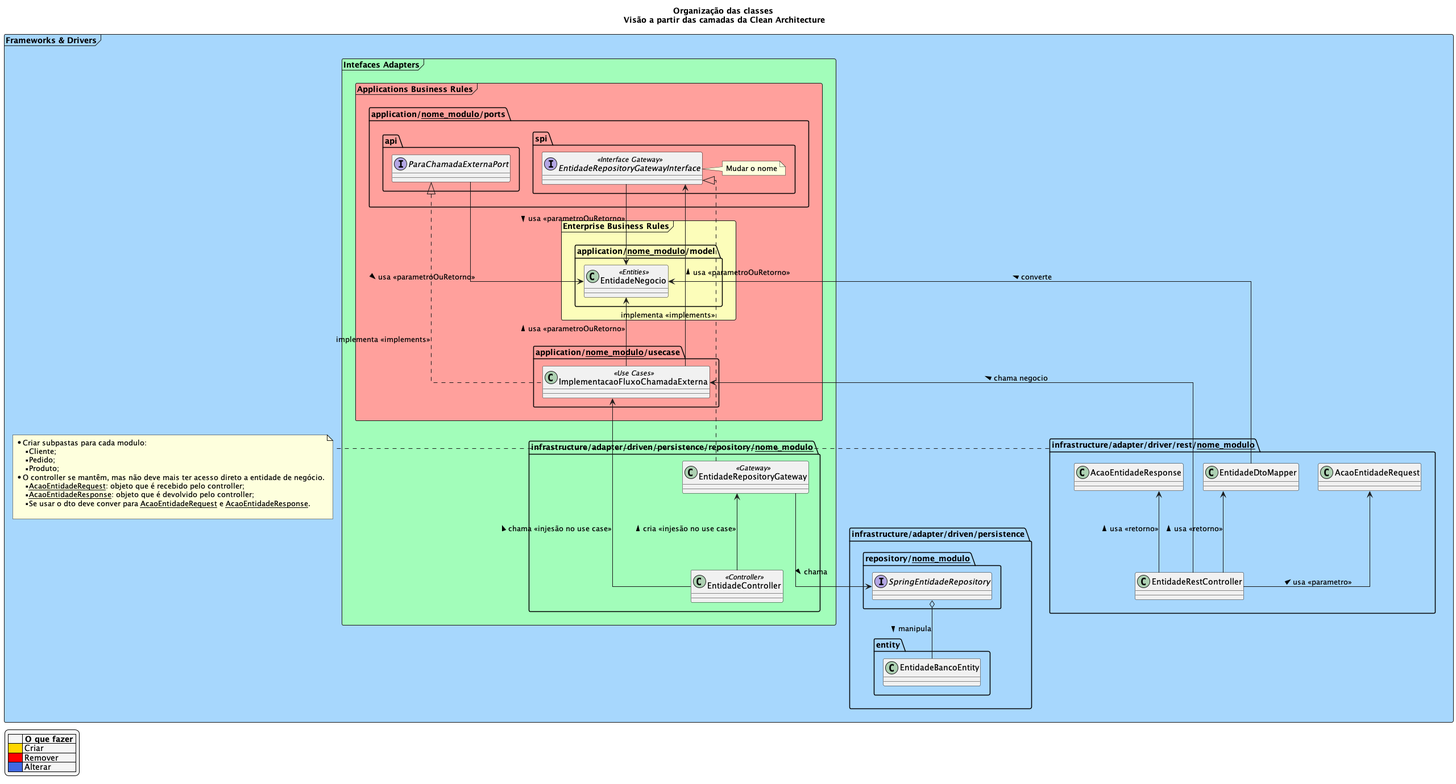
4SOAT-G48/TechChallengeDocs keeps this PlantUML diagram as imgs/Diagrams/Architecture/ApplicationArchitectureAfterCleanArchitecture.png. Above is the earlier version.
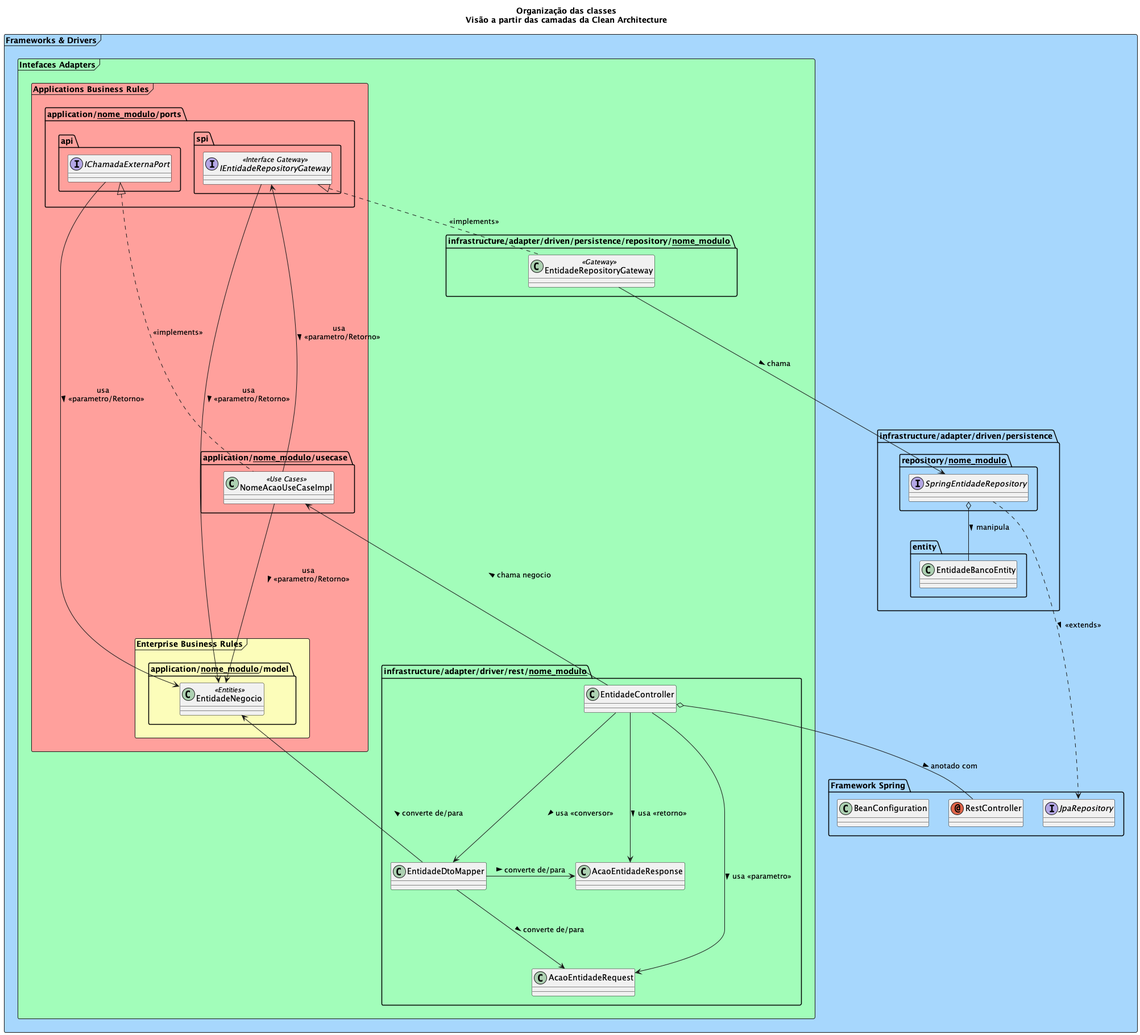
The same file after the commit.

Commit message:
Diagramas clean architecture

What changed in the source:
```diff
@@ -1,14 +1,20 @@
 @startuml ApplicationArchitectureAfterCleanArchitecture
 
-skinparam linetype ortho
 
 title
-    Organização das classes
-    Visão a partir das camadas da Clean Architecture
+Organização das classes
+Visão a partir das camadas da Clean Architecture
 end title
 
 frame "Frameworks & Drivers" #A7D7FD {
 
+    package "Framework Spring" {
+
+        annotation RestController
+        interface JpaRepository
+
+        class BeanConfiguration
+    }
 
     package "infrastructure/adapter/driven/persistence" {
         package "entity" {
@@ -20,12 +26,15 @@
             interface SpringEntidadeRepository
         }
         SpringEntidadeRepository o-- EntidadeBancoEntity : manipula >
+        JpaRepository <.up.. SpringEntidadeRepository : <<extends>> <
     }
+
+
 
     frame "Intefaces Adapters" #A2FDBA {
 
         frame "Applications Business Rules" #FFA09C {
-            frame "Enterprise Business Rules" #FCFDBA {
+            frame "Enterprise Business Rules" as ebrPkg #FCFDBA {
 
                 package "application/__nome_modulo__/model" as modelPkg {
 
@@ -36,31 +45,31 @@
             }
 
             package "application/__nome_modulo__/usecase" as usecasePkg{
-                class ImplementacaoFluxoChamadaExterna <<Use Cases>>
+                class NomeAcaoUseCaseImpl <<Use Cases>>
 
-                ImplementacaoFluxoChamadaExterna  -up--> EntidadeNegocio : usa <<parametroOuRetorno>> >
+                NomeAcaoUseCaseImpl  ---> EntidadeNegocio : usa\n<<parametro/Retorno>> >
 
             }
 
-            package "application/__nome_modulo__/ports" {
-                package "api" {
-                    interface ParaChamadaExternaPort
+            package "application/__nome_modulo__/ports" as portPkg {
+                package "api" as apiPkg{
+                    interface IChamadaExternaPort
                 }
 
-                ParaChamadaExternaPort  --> EntidadeNegocio : usa <<parametroOuRetorno>> >
-                ParaChamadaExternaPort <|... ImplementacaoFluxoChamadaExterna : implementa <<implements>>
+                IChamadaExternaPort  ---> EntidadeNegocio : usa\n<<parametro/Retorno>> >
+                IChamadaExternaPort <|..... NomeAcaoUseCaseImpl : <<implements>>
 
-                package "spi" {
-                    interface EntidadeRepositoryGatewayInterface <<Interface Gateway>>
+                package "spi" as spiPkg {
+                    interface IEntidadeRepositoryGateway <<Interface Gateway>>
 
-                    EntidadeRepositoryGatewayInterface  --> EntidadeNegocio : usa <<parametroOuRetorno>> >
-                    ImplementacaoFluxoChamadaExterna  -up--> EntidadeRepositoryGatewayInterface : usa <<parametroOuRetorno>> >
+                    IEntidadeRepositoryGateway  --> EntidadeNegocio : usa\n<<parametro/Retorno>> >
+                    NomeAcaoUseCaseImpl  -up--> IEntidadeRepositoryGateway : usa\n<<parametro/Retorno>> >
 
-                    note right of EntidadeRepositoryGatewayInterface
-                        Mudar o nome
-                    end note
                 }
+
+
             }
+
 
         }
 
@@ -68,50 +77,33 @@
         package "infrastructure/adapter/driven/persistence/repository/__nome_modulo__" {
             class EntidadeRepositoryGateway <<Gateway>>
 
-            EntidadeRepositoryGateway --> SpringEntidadeRepository : chama >
-            EntidadeRepositoryGatewayInterface <|.. EntidadeRepositoryGateway : implementa <<implements>>
+            EntidadeRepositoryGateway ----> SpringEntidadeRepository : chama >
+            IEntidadeRepositoryGateway <|.. EntidadeRepositoryGateway : <<implements>>
 
-            class EntidadeController <<Controller>>
 
-            EntidadeController  -up-> EntidadeRepositoryGateway : cria <<injesão no use case>> >
-            EntidadeController  -up--> ImplementacaoFluxoChamadaExterna : chama <<injesão no use case>> >
         }
 
+        package "infrastructure/adapter/driver/rest/__nome_modulo__" as restPkg {
+            class EntidadeController
+            class AcaoEntidadeRequest
+            class AcaoEntidadeResponse
+            class EntidadeDtoMapper
+
+            EntidadeController  -up--> NomeAcaoUseCaseImpl : chama negocio >
+            EntidadeController  -down--> AcaoEntidadeRequest : usa <<parametro>> >
+            EntidadeController  -down--> AcaoEntidadeResponse : usa <<retorno>> >
+            EntidadeController  -down--> EntidadeDtoMapper : usa <<conversor>> >
+            EntidadeController o-- RestController : anotado com >
+
+
+            EntidadeDtoMapper -up--> EntidadeNegocio : converte de/para >
+            EntidadeDtoMapper ---> AcaoEntidadeRequest : converte de/para >
+            EntidadeDtoMapper -right--> AcaoEntidadeResponse : converte de/para >
+        }
 
     }
-    package "infrastructure/adapter/driver/rest/__nome_modulo__" as restPkg{
-        class EntidadeRestController
-        class AcaoEntidadeRequest
-        class AcaoEntidadeResponse
-        class EntidadeDtoMapper
 
-        EntidadeRestController  -up--> ImplementacaoFluxoChamadaExterna : chama negocio >
-        EntidadeRestController  -up-> AcaoEntidadeRequest : usa <<parametro>> >
-        EntidadeRestController  -up-> AcaoEntidadeResponse : usa <<retorno>> >
-        EntidadeRestController  -up-> EntidadeDtoMapper : usa <<retorno>> >
-
-        EntidadeDtoMapper -up--> EntidadeNegocio : converte >
-    }
-    note right of restPkg
-        * Criar subpastas para cada modulo:
-        ** Cliente;
-        ** Pedido;
-        ** Produto;
-        * O controller se mantêm, mas não deve mais ter acesso direto a entidade de negócio.
-        ** __AcaoEntidadeRequest__: objeto que é recebido pelo controller;
-        ** __AcaoEntidadeResponse__: objeto que é devolvido pelo controller;
-        **  Se usar o dto deve conver para __AcaoEntidadeRequest__ e __AcaoEntidadeResponse__.
-
-    end note
 
 }
-skinparam legendBackgroundColor #WhiteSmoke
-
-legend left
-    |=     |= O que fazer |
-    |<#Gold>| Criar |
-    |<#Red>| Remover |
-    |<#RoyalBlue>| Alterar |
-endlegend
 
 @enduml
```
